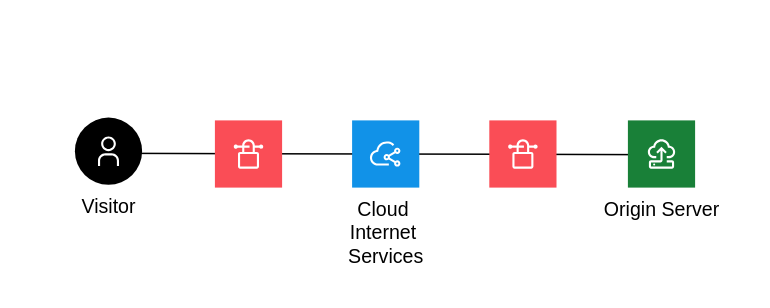
This is images/end-to-end-flexible.svg from ibm-cloud-docs/cis, a draw.io export, as it was before one commit. Source tidied: cells renumbered, new cells last; positions are measured from the earlier drawing's top-left corner, leaving out a move shared by most shapes.
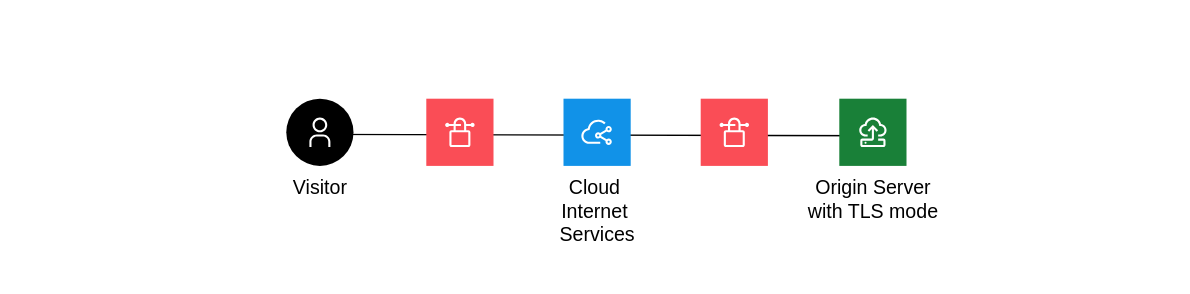
Above is the later version.

Change to the diagram source:
```diff
@@ -2,54 +2,60 @@
   <root>
     <mxCell id="0" />
     <mxCell id="1" parent="0" />
-    <mxCell id="2" style="rounded=0;whiteSpace=wrap;html=1;fillColor=default;strokeColor=none;" parent="1" vertex="1">
-      <mxGeometry y="-0.5" width="550" height="220" as="geometry" />
-    </mxCell>
-    <mxCell id="3" style="endArrow=none;html=1;rounded=0;" parent="1" edge="1">
-      <mxGeometry relative="1" as="geometry">
-        <mxPoint x="70" y="109" as="sourcePoint" />
-        <mxPoint x="480" y="110" as="targetPoint" />
-      </mxGeometry>
-    </mxCell>
+    <mxCell id="14" style="rounded=0;whiteSpace=wrap;html=1;fillColor=default;strokeColor=none;" parent="1" vertex="1">
+      <mxGeometry x="-11" y="-16" width="570" height="210" as="geometry" />
+    </mxCell>
+    <mxCell id="15" style="endArrow=none;html=1;rounded=0;" parent="1" edge="1">
+      <mxGeometry relative="1" as="geometry">
+        <mxPoint x="70" y="79.5" as="sourcePoint" />
+        <mxPoint x="480" y="80.5" as="targetPoint" />
+      </mxGeometry>
+    </mxCell>
     <mxCell id="4" value="Visitor" style="shape=ellipse;fillColor=#000000;labelPosition=center;verticalLabelPosition=bottom;align=center;verticalAlign=top;strokeColor=none;fontSize=14;" parent="1" vertex="1">
-      <mxGeometry x="53" y="83.5" width="48" height="48" as="geometry" />
+      <mxGeometry x="53" y="54" width="48" height="48" as="geometry" />
     </mxCell>
-    <mxCell id="5" style="fillColor=#ffffff;strokeColor=none;dashed=0;html=1;labelPosition=center;verticalLabelPosition=bottom;verticalAlign=top;shape=mxgraph.ibm_cloud.user;" parent="4" vertex="1">
-      <mxGeometry width="24" height="24" relative="1" as="geometry">
-        <mxPoint x="12" y="12" as="offset" />
-      </mxGeometry>
-    </mxCell>
+    <mxCell id="16" style="fillColor=#ffffff;strokeColor=none;dashed=0;html=1;labelPosition=center;verticalLabelPosition=bottom;verticalAlign=top;shape=mxgraph.ibm_cloud.user;" parent="4" vertex="1">
+      <mxGeometry width="24" height="24" relative="1" as="geometry">
+        <mxPoint x="12" y="12" as="offset" />
+      </mxGeometry>
+    </mxCell>
     <mxCell id="6" value="Cloud &#10;Internet &#10;Services" style="shape=rect;fillColor=#1192E8;labelPosition=center;verticalLabelPosition=bottom;align=center;verticalAlign=top;strokeColor=none;fontSize=14;" parent="1" vertex="1">
-      <mxGeometry x="251" y="85.5" width="48" height="48" as="geometry" />
+      <mxGeometry x="251" y="54" width="48" height="48" as="geometry" />
     </mxCell>
-    <mxCell id="7" style="fillColor=#ffffff;strokeColor=none;dashed=0;html=1;labelPosition=center;verticalLabelPosition=bottom;verticalAlign=top;shape=mxgraph.ibm_cloud.ibm-cloud--internet-services;" parent="6" vertex="1">
-      <mxGeometry width="24" height="24" relative="1" as="geometry">
-        <mxPoint x="12" y="12" as="offset" />
-      </mxGeometry>
-    </mxCell>
-    <mxCell id="8" style="shape=rect;fillColor=#FA4D56;labelPosition=center;verticalLabelPosition=bottom;align=center;verticalAlign=top;strokeColor=none;fontSize=14;" parent="1" vertex="1">
-      <mxGeometry x="153" y="85.5" width="48" height="48" as="geometry" />
-    </mxCell>
-    <mxCell id="9" style="fillColor=#ffffff;strokeColor=none;dashed=0;html=1;labelPosition=center;verticalLabelPosition=bottom;verticalAlign=top;shape=mxgraph.ibm_cloud.vpn--connection;" parent="8" vertex="1">
-      <mxGeometry width="24" height="24" relative="1" as="geometry">
-        <mxPoint x="12" y="12" as="offset" />
-      </mxGeometry>
-    </mxCell>
-    <mxCell id="10" style="shape=rect;fillColor=#FA4D56;labelPosition=center;verticalLabelPosition=bottom;align=center;verticalAlign=top;strokeColor=none;fontSize=14;" parent="1" vertex="1">
-      <mxGeometry x="349" y="85.5" width="48" height="48" as="geometry" />
-    </mxCell>
-    <mxCell id="11" style="fillColor=#ffffff;strokeColor=none;dashed=0;html=1;labelPosition=center;verticalLabelPosition=bottom;verticalAlign=top;shape=mxgraph.ibm_cloud.vpn--connection;" parent="10" vertex="1">
-      <mxGeometry width="24" height="24" relative="1" as="geometry">
-        <mxPoint x="12" y="12" as="offset" />
-      </mxGeometry>
-    </mxCell>
-    <mxCell id="12" value="Origin Server&#10;" style="shape=rect;fillColor=#198038;labelPosition=center;verticalLabelPosition=bottom;align=center;verticalAlign=top;strokeColor=none;fontSize=14;" parent="1" vertex="1">
-      <mxGeometry x="448" y="85.5" width="48" height="48" as="geometry" />
-    </mxCell>
-    <mxCell id="13" style="fillColor=#ffffff;strokeColor=none;dashed=0;html=1;labelPosition=center;verticalLabelPosition=bottom;verticalAlign=top;shape=mxgraph.ibm_cloud.ibm-cloud--virtual-server-classic;" parent="12" vertex="1">
-      <mxGeometry width="24" height="24" relative="1" as="geometry">
-        <mxPoint x="12" y="12" as="offset" />
-      </mxGeometry>
-    </mxCell>
+    <mxCell id="17" style="fillColor=#ffffff;strokeColor=none;dashed=0;html=1;labelPosition=center;verticalLabelPosition=bottom;verticalAlign=top;shape=mxgraph.ibm_cloud.ibm-cloud--internet-services;" parent="6" vertex="1">
+      <mxGeometry width="24" height="24" relative="1" as="geometry">
+        <mxPoint x="12" y="12" as="offset" />
+      </mxGeometry>
+    </mxCell>
+    <mxCell id="18" style="shape=rect;fillColor=#FA4D56;labelPosition=center;verticalLabelPosition=bottom;align=center;verticalAlign=top;strokeColor=none;fontSize=14;" parent="1" vertex="1">
+      <mxGeometry x="153" y="54" width="48" height="48" as="geometry" />
+    </mxCell>
+    <mxCell id="19" style="fillColor=#ffffff;strokeColor=none;dashed=0;html=1;labelPosition=center;verticalLabelPosition=bottom;verticalAlign=top;shape=mxgraph.ibm_cloud.vpn--connection;" parent="18" vertex="1">
+      <mxGeometry width="24" height="24" relative="1" as="geometry">
+        <mxPoint x="12" y="12" as="offset" />
+      </mxGeometry>
+    </mxCell>
+    <mxCell id="20" style="shape=rect;fillColor=#FA4D56;labelPosition=center;verticalLabelPosition=bottom;align=center;verticalAlign=top;strokeColor=none;fontSize=14;" parent="1" vertex="1">
+      <mxGeometry x="349" y="54" width="48" height="48" as="geometry" />
+    </mxCell>
+    <mxCell id="21" style="fillColor=#ffffff;strokeColor=none;dashed=0;html=1;labelPosition=center;verticalLabelPosition=bottom;verticalAlign=top;shape=mxgraph.ibm_cloud.vpn--connection;" parent="20" vertex="1">
+      <mxGeometry width="24" height="24" relative="1" as="geometry">
+        <mxPoint x="12" y="12" as="offset" />
+      </mxGeometry>
+    </mxCell>
+    <mxCell id="22" value="Origin Server&#10;with TLS mode" style="shape=rect;fillColor=#198038;labelPosition=center;verticalLabelPosition=bottom;align=center;verticalAlign=top;strokeColor=none;fontSize=14;" parent="1" vertex="1">
+      <mxGeometry x="448" y="54" width="48" height="48" as="geometry" />
+    </mxCell>
+    <mxCell id="23" style="fillColor=#ffffff;strokeColor=none;dashed=0;html=1;labelPosition=center;verticalLabelPosition=bottom;verticalAlign=top;shape=mxgraph.ibm_cloud.ibm-cloud--virtual-server-classic;" parent="22" vertex="1">
+      <mxGeometry width="24" height="24" relative="1" as="geometry">
+        <mxPoint x="12" y="12" as="offset" />
+      </mxGeometry>
+    </mxCell>
+    <mxCell id="24" style="rounded=0;whiteSpace=wrap;html=1;fillColor=default;strokeColor=none;" parent="1" vertex="1">
+      <mxGeometry x="-151" y="-16" width="140" height="210" as="geometry" />
+    </mxCell>
+    <mxCell id="25" style="rounded=0;whiteSpace=wrap;html=1;fillColor=default;strokeColor=none;" parent="1" vertex="1">
+      <mxGeometry x="559" y="-16" width="140" height="210" as="geometry" />
+    </mxCell>
   </root>
 </mxGraphModel>
```
